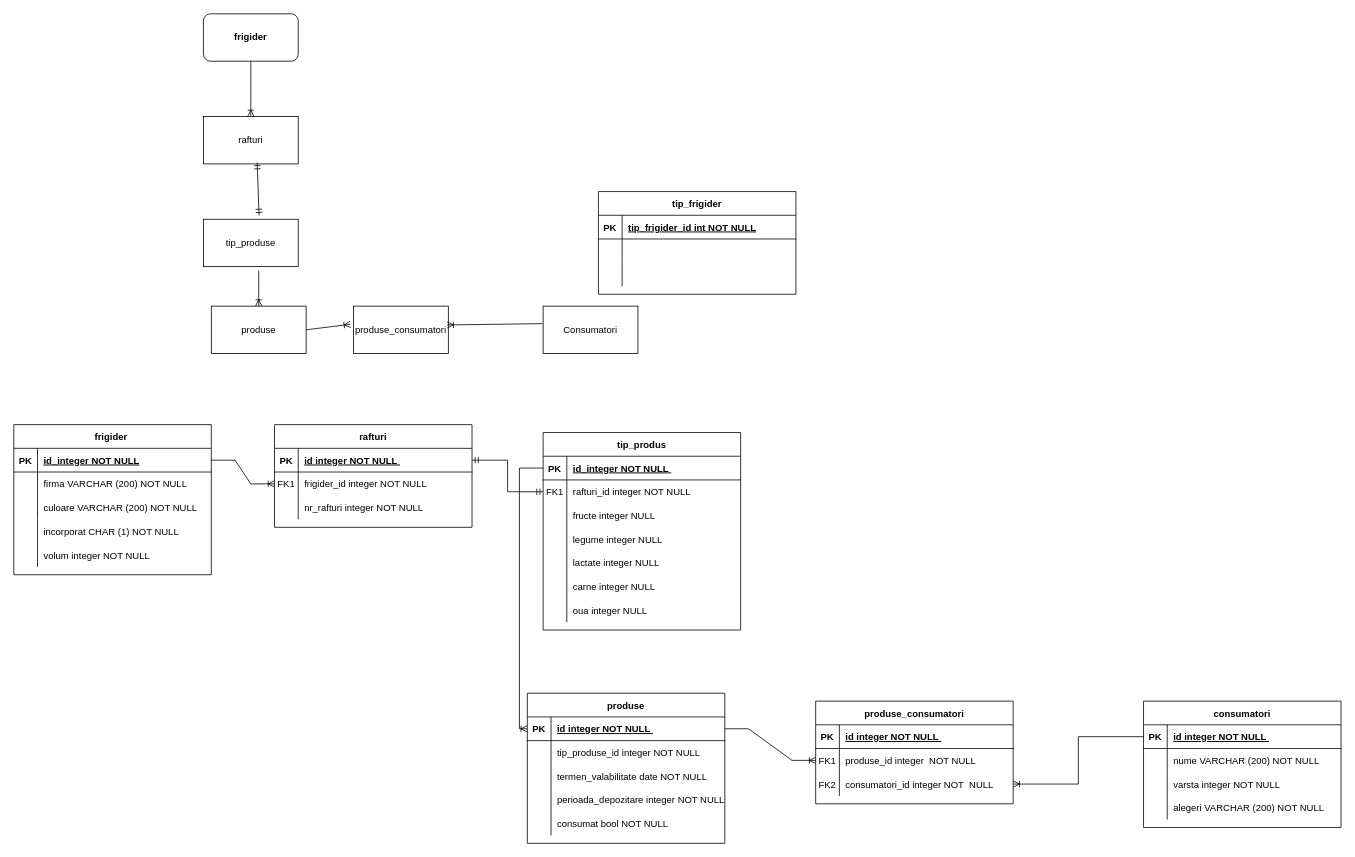
The draw.io diagram frigider.drawio in vladmagosin/modelare_db, before the edit. Source tidied: cells renumbered, new cells numbered last; positions are measured from the earlier drawing's top-left corner, leaving out a move shared by most shapes. Both pictures are drawn from the tidied source at 79%, with x=0, y=0 at pixel (13, 13).
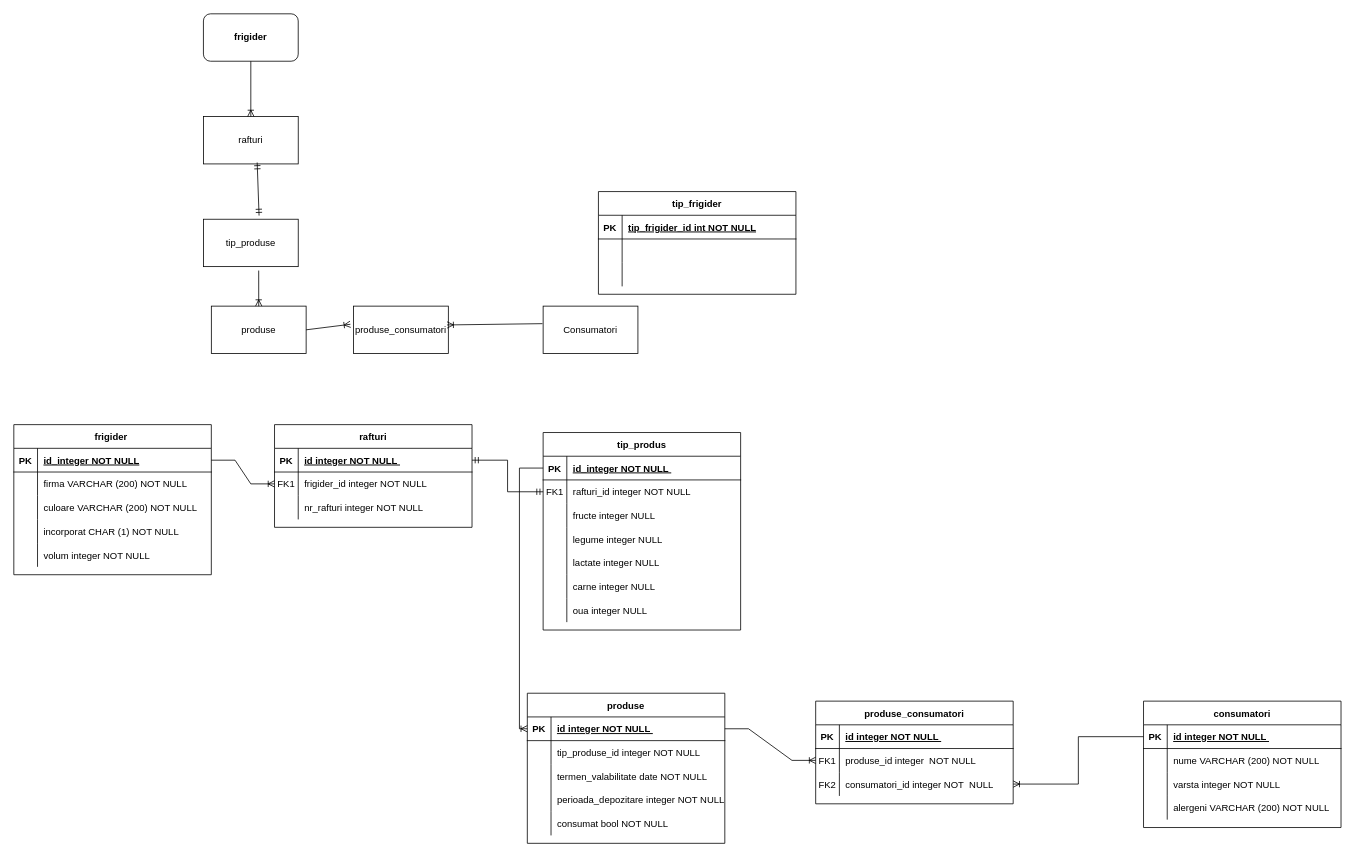
The same diagram, later.

Unchanged cells that the change refers to:
```xml
<mxCell id="67" style="shape=partialRectangle;fillColor=none;top=0;left=0;right=0;bottom=0;" parent="57" vertex="1">
  <mxGeometry y="120" width="250" height="30" as="geometry" />
</mxCell>
```

What changed in the source:
```diff
@@
-    <mxCell id="69" value="alegeri VARCHAR (200) NOT NULL " style="shape=partialRectangle;overflow=hidden;fillColor=none;top=0;left=0;bottom=0;right=0;align=left;spacingLeft=6;" parent="67" vertex="1">
+    <mxCell id="69" value="alergeni VARCHAR (200) NOT NULL " style="shape=partialRectangle;overflow=hidden;fillColor=none;top=0;left=0;bottom=0;right=0;align=left;spacingLeft=6;" parent="67" vertex="1">
       <mxGeometry x="30" width="220" height="30" as="geometry" />
     </mxCell>
```
